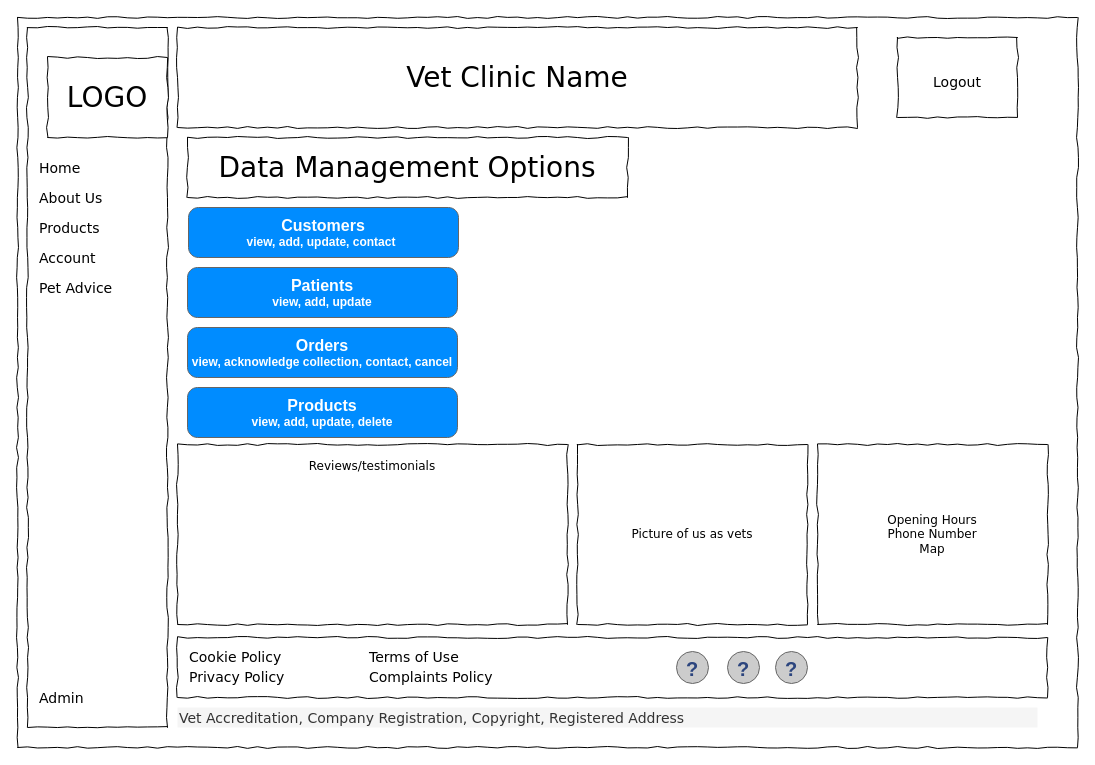
azzywazzy/sky-git-team2 keeps this draw.io diagram as Wireframes/wireframe-admin.drawio. Above is the earlier version. Source tidied: cells renumbered, new cells numbered last; positions are measured from the earlier drawing's top-left corner, leaving out a move shared by most shapes. Both pictures are drawn from the tidied source at 100%, with x=0, y=0 at pixel (17, 17).
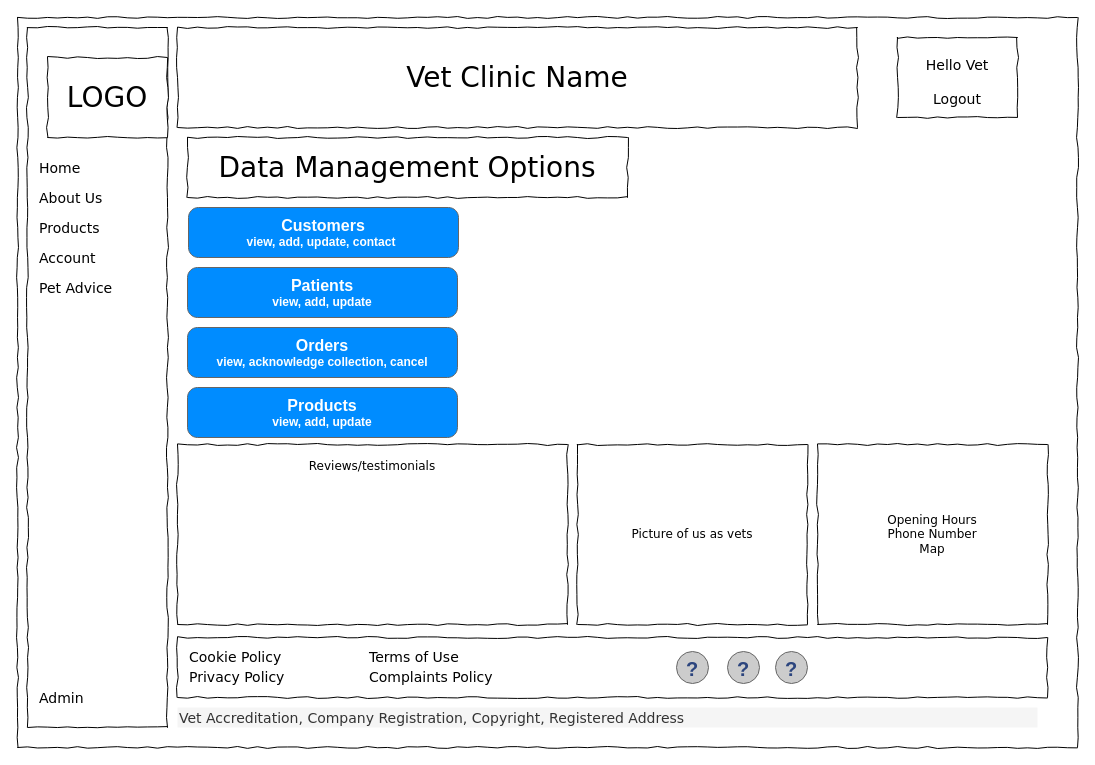
After the change.

Unchanged cells that the change refers to:
```xml
<mxCell id="32" style="strokeWidth=1;shadow=0;dashed=0;align=center;html=1;shape=mxgraph.mockup.buttons.multiButton;fillColor=#008cff;strokeColor=#666666;mainText=;subText=;" parent="1" vertex="1">
  <mxGeometry x="170" y="310" width="270" height="50" as="geometry" />
</mxCell>
<mxCell id="35" style="strokeWidth=1;shadow=0;dashed=0;align=center;html=1;shape=mxgraph.mockup.buttons.multiButton;fillColor=#008cff;strokeColor=#666666;mainText=;subText=;" parent="1" vertex="1">
  <mxGeometry x="170" y="370" width="270" height="50" as="geometry" />
</mxCell>
```

Diff of the diagram source:
```diff
@@
-    <mxCell id="17" value="&lt;div align=&quot;center&quot;&gt;&lt;font style=&quot;font-size: 14px;&quot;&gt;Logout&lt;/font&gt;&lt;/div&gt;" style="whiteSpace=wrap;html=1;rounded=0;shadow=0;labelBackgroundColor=none;strokeWidth=1;fontFamily=Verdana;fontSize=28;align=center;comic=1;" parent="1" vertex="1">
+    <mxCell id="17" value="&lt;div align=&quot;center&quot;&gt;&lt;font style=&quot;font-size: 14px;&quot;&gt;Hello Vet&lt;/font&gt;&lt;/div&gt;&lt;div align=&quot;center&quot;&gt;&lt;font style=&quot;font-size: 14px;&quot;&gt;Logout&lt;/font&gt;&lt;/div&gt;" style="whiteSpace=wrap;html=1;rounded=0;shadow=0;labelBackgroundColor=none;strokeWidth=1;fontFamily=Verdana;fontSize=28;align=center;comic=1;" parent="1" vertex="1">
       <mxGeometry x="880" y="20" width="120" height="80" as="geometry" />
     </mxCell>
@@
-    <mxCell id="34" value="view, acknowledge collection, contact, cancel" style="strokeWidth=1;shadow=0;dashed=0;align=center;html=1;shape=mxgraph.mockup.anchor;fontSize=12;fontColor=#ffffff;fontStyle=1;whiteSpace=wrap;" parent="32" vertex="1">
+    <mxCell id="34" value="view, acknowledge collection, cancel" style="strokeWidth=1;shadow=0;dashed=0;align=center;html=1;shape=mxgraph.mockup.anchor;fontSize=12;fontColor=#ffffff;fontStyle=1;whiteSpace=wrap;" parent="32" vertex="1">
       <mxGeometry y="30" width="270" height="10" as="geometry" />
     </mxCell>
@@
-    <mxCell id="37" value="view, add, update, delete" style="strokeWidth=1;shadow=0;dashed=0;align=center;html=1;shape=mxgraph.mockup.anchor;fontSize=12;fontColor=#ffffff;fontStyle=1;whiteSpace=wrap;" parent="35" vertex="1">
+    <mxCell id="37" value="view, add, update" style="strokeWidth=1;shadow=0;dashed=0;align=center;html=1;shape=mxgraph.mockup.anchor;fontSize=12;fontColor=#ffffff;fontStyle=1;whiteSpace=wrap;" parent="35" vertex="1">
       <mxGeometry y="30" width="270" height="10" as="geometry" />
     </mxCell>
```
